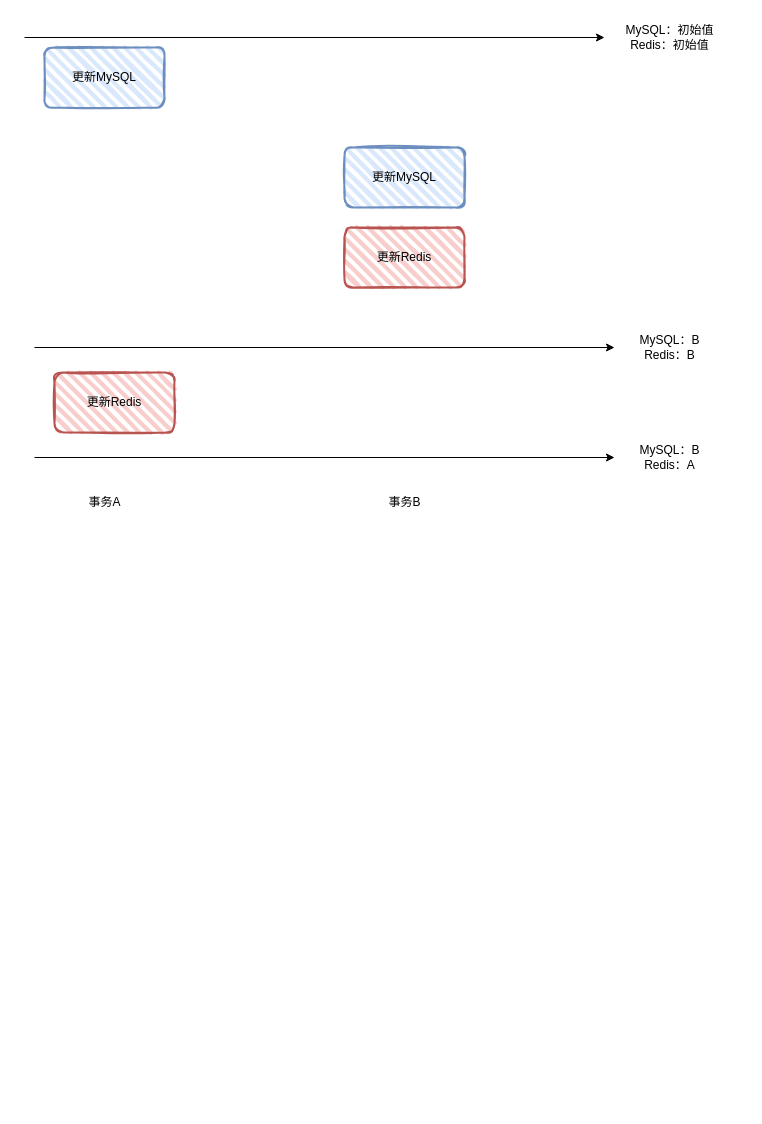
Before: 未命名绘图.drawio in 578223592/for-draw-io, a draw.io diagram. Source tidied: cells renumbered, new cells numbered last; positions are measured from the earlier drawing's top-left corner, leaving out a move shared by most shapes. Both pictures are drawn from the tidied source at 100%, with x=0, y=0 at pixel (24, 17).
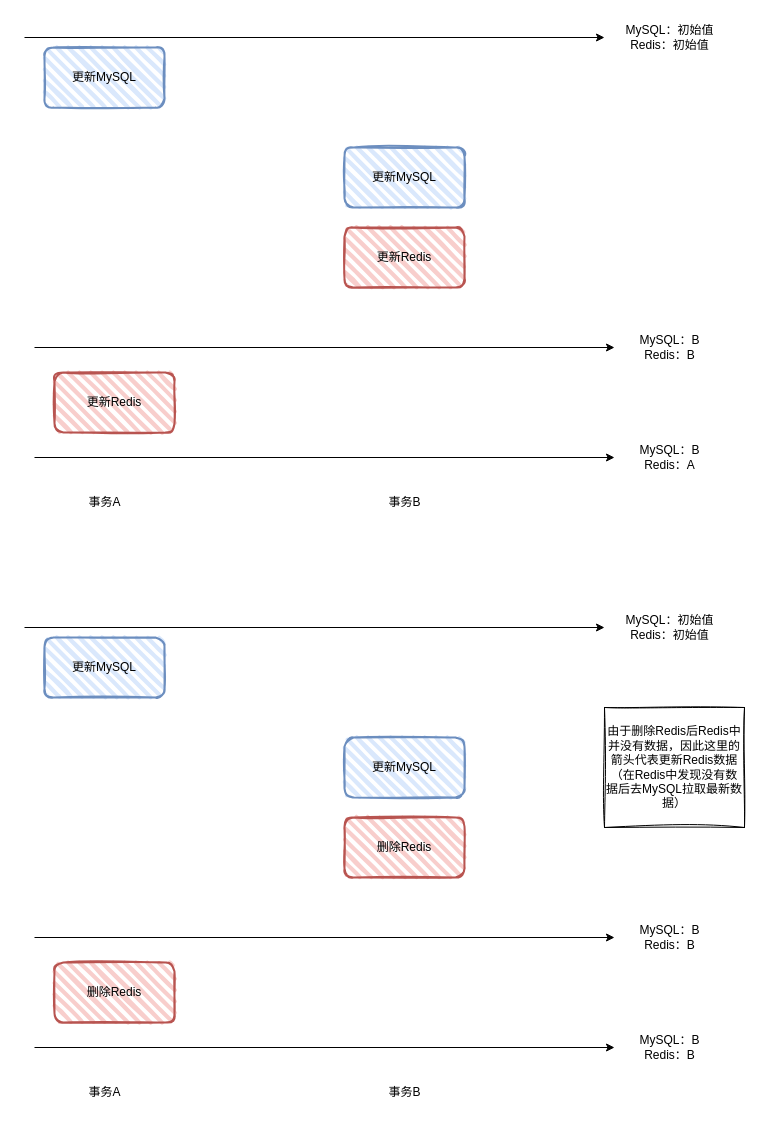
The same page after the edit.

Commit message:
更新未命名绘图.drawio

What changed in the source:
```diff
@@
+    <mxCell id="14" value="更新MySQL" style="rounded=1;whiteSpace=wrap;html=1;strokeWidth=2;fillWeight=4;hachureGap=8;hachureAngle=45;fillColor=#dae8fc;sketch=1;strokeColor=#6c8ebf;" parent="1" vertex="1">
+      <mxGeometry x="320" y="720" width="120" height="60" as="geometry" />
+    </mxCell>
+    <mxCell id="15" value="删除Redis" style="rounded=1;whiteSpace=wrap;html=1;strokeWidth=2;fillWeight=4;hachureGap=8;hachureAngle=45;fillColor=#f8cecc;sketch=1;strokeColor=#b85450;" parent="1" vertex="1">
+      <mxGeometry x="320" y="800" width="120" height="60" as="geometry" />
+    </mxCell>
+    <mxCell id="16" value="事务B" style="text;html=1;align=center;verticalAlign=middle;strokeColor=none;fillColor=none;" parent="1" vertex="1">
+      <mxGeometry x="350" y="1060" width="60" height="30" as="geometry" />
+    </mxCell>
+    <mxCell id="17" value="更新MySQL" style="rounded=1;whiteSpace=wrap;html=1;strokeWidth=2;fillWeight=4;hachureGap=8;hachureAngle=45;fillColor=#dae8fc;sketch=1;strokeColor=#6c8ebf;" parent="1" vertex="1">
+      <mxGeometry x="20" y="620" width="120" height="60" as="geometry" />
+    </mxCell>
+    <mxCell id="18" value="删除Redis" style="rounded=1;whiteSpace=wrap;html=1;strokeWidth=2;fillWeight=4;hachureGap=8;hachureAngle=45;fillColor=#f8cecc;sketch=1;strokeColor=#b85450;" parent="1" vertex="1">
+      <mxGeometry x="30" y="945" width="120" height="60" as="geometry" />
+    </mxCell>
+    <mxCell id="19" value="事务A" style="text;html=1;align=center;verticalAlign=middle;strokeColor=none;fillColor=none;" parent="1" vertex="1">
+      <mxGeometry x="50" y="1060" width="60" height="30" as="geometry" />
+    </mxCell>
+    <mxCell id="20" style="endArrow=classic;html=1;rounded=0;" parent="1" edge="1">
+      <mxGeometry relative="1" as="geometry">
+        <mxPoint y="610" as="sourcePoint" />
+        <mxPoint x="580" y="610" as="targetPoint" />
+      </mxGeometry>
+    </mxCell>
+    <mxCell id="21" value="MySQL：初始值&lt;br&gt;Redis：初始值" style="text;html=1;align=center;verticalAlign=middle;strokeColor=none;fillColor=none;" parent="1" vertex="1">
+      <mxGeometry x="590" y="590" width="110" height="40" as="geometry" />
+    </mxCell>
+    <mxCell id="22" style="endArrow=classic;html=1;rounded=0;" parent="1" edge="1">
+      <mxGeometry relative="1" as="geometry">
+        <mxPoint x="10" y="920" as="sourcePoint" />
+        <mxPoint x="590" y="920" as="targetPoint" />
+      </mxGeometry>
+    </mxCell>
+    <mxCell id="23" value="MySQL：B&lt;br&gt;Redis：B" style="text;html=1;align=center;verticalAlign=middle;strokeColor=none;fillColor=none;" parent="1" vertex="1">
+      <mxGeometry x="605" y="900" width="80" height="40" as="geometry" />
+    </mxCell>
+    <mxCell id="24" style="endArrow=classic;html=1;rounded=0;" parent="1" edge="1">
+      <mxGeometry relative="1" as="geometry">
+        <mxPoint x="10" y="1030" as="sourcePoint" />
+        <mxPoint x="590" y="1030" as="targetPoint" />
+      </mxGeometry>
+    </mxCell>
+    <mxCell id="25" value="MySQL：B&lt;br&gt;Redis：B" style="text;html=1;align=center;verticalAlign=middle;strokeColor=none;fillColor=none;" parent="1" vertex="1">
+      <mxGeometry x="605" y="1010" width="80" height="40" as="geometry" />
+    </mxCell>
+    <mxCell id="26" value="由于删除Redis后Redis中并没有数据，因此这里的箭头代表更新Redis数据（在Redis中发现没有数据后去MySQL拉取最新数据）" style="rounded=0;whiteSpace=wrap;html=1;sketch=1;curveFitting=1;jiggle=2;" parent="1" vertex="1">
+      <mxGeometry x="580" y="690" width="140" height="120" as="geometry" />
+    </mxCell>
```
